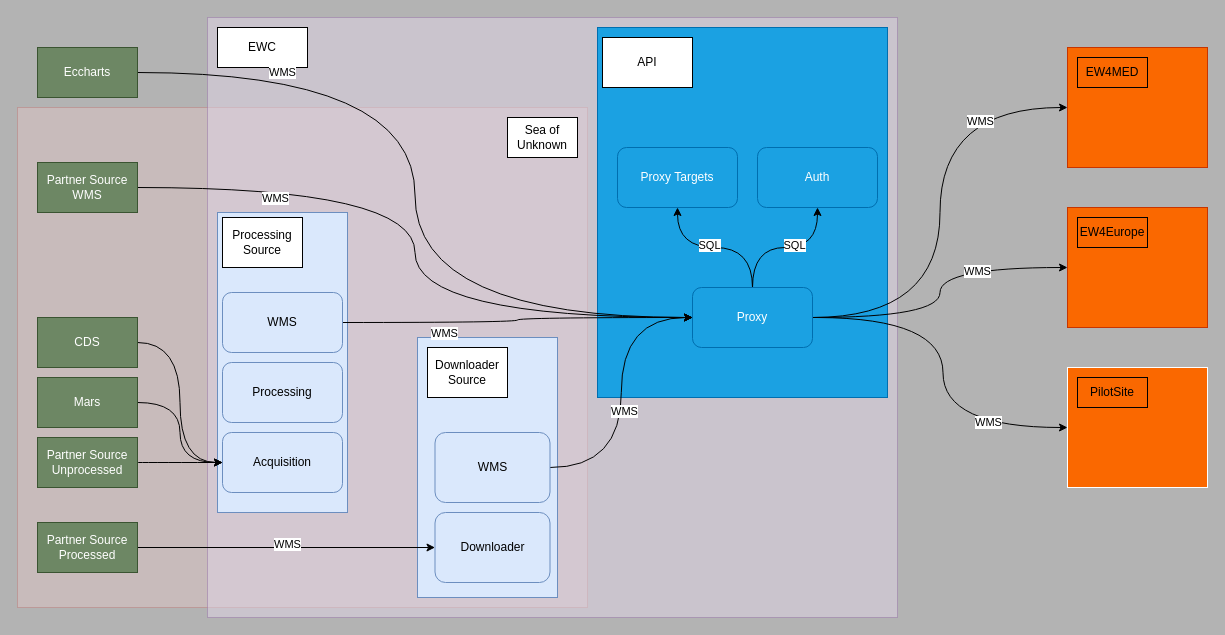
This is gobeyond-api.drawio from ec-snee/draw-io, a draw.io file, before an edit. Source tidied: cells renumbered, new cells numbered last; positions are measured from the earlier drawing's top-left corner, leaving out a move shared by most shapes. Both pictures are drawn from the tidied source at 100%, with x=0, y=0 at pixel (17, 17).
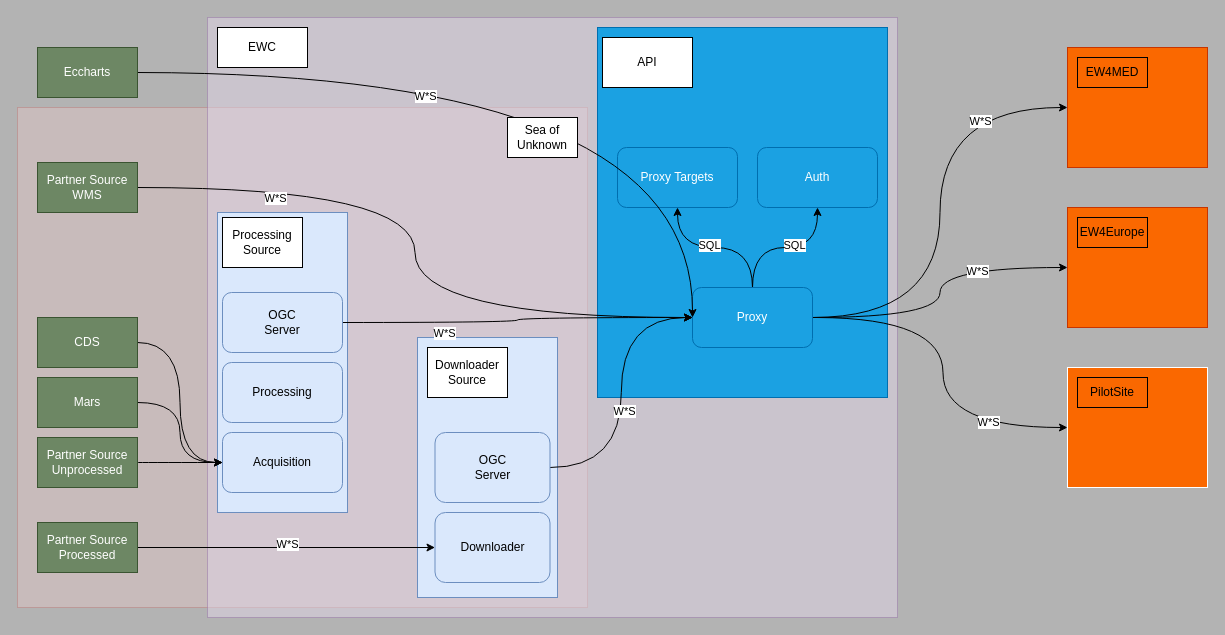
The same diagram, later.

Commit message:
Converted WMS to OGC standards in general

Unchanged cells that the change refers to:
```xml
<mxCell id="7" style="edgeStyle=orthogonalEdgeStyle;rounded=0;jettySize=auto;html=1;exitX=1;exitY=0.5;exitDx=0;exitDy=0;entryX=0;entryY=0.5;entryDx=0;entryDy=0;curved=1;" parent="1" edge="1" source="25" target="9">
  <mxGeometry relative="1" as="geometry" />
</mxCell>
<mxCell id="13" style="edgeStyle=orthogonalEdgeStyle;rounded=0;jettySize=auto;html=1;entryX=0;entryY=0.5;entryDx=0;entryDy=0;curved=1;" parent="1" edge="1" target="15">
  <mxGeometry relative="1" as="geometry">
    <mxPoint x="800" y="300" as="sourcePoint" />
  </mxGeometry>
</mxCell>
<mxCell id="21" style="edgeStyle=orthogonalEdgeStyle;rounded=1;jettySize=auto;html=1;exitX=1;exitY=0.5;exitDx=0;exitDy=0;entryX=0;entryY=0.5;entryDx=0;entryDy=0;curved=1;" parent="1" edge="1" source="25" target="11">
  <mxGeometry relative="1" as="geometry" />
</mxCell>
<mxCell id="25" value="Proxy" style="rounded=1;whiteSpace=wrap;html=1;fillColor=#1ba1e2;fontColor=#ffffff;strokeColor=#006EAF;" parent="1" vertex="1">
  <mxGeometry x="675" y="270" width="120" height="60" as="geometry" />
</mxCell>
<mxCell id="29" style="edgeStyle=orthogonalEdgeStyle;rounded=0;jettySize=auto;html=1;exitX=1;exitY=0.5;exitDx=0;exitDy=0;entryX=0;entryY=0.5;entryDx=0;entryDy=0;curved=1;" parent="1" edge="1" source="31" target="25">
  <mxGeometry relative="1" as="geometry" />
</mxCell>
<mxCell id="34" style="edgeStyle=orthogonalEdgeStyle;rounded=0;jettySize=auto;html=1;exitX=1;exitY=0.5;exitDx=0;exitDy=0;entryX=0;entryY=0.5;entryDx=0;entryDy=0;curved=1;" parent="1" edge="1" source="36" target="25">
  <mxGeometry relative="1" as="geometry" />
</mxCell>
<mxCell id="45" style="edgeStyle=orthogonalEdgeStyle;rounded=0;jettySize=auto;html=1;exitX=1;exitY=0.5;exitDx=0;exitDy=0;" parent="1" edge="1" source="47" target="32">
  <mxGeometry relative="1" as="geometry" />
</mxCell>
<mxCell id="48" style="edgeStyle=orthogonalEdgeStyle;rounded=0;jettySize=auto;html=1;exitX=1;exitY=0.5;exitDx=0;exitDy=0;curved=1;entryX=0;entryY=0.5;entryDx=0;entryDy=0;" parent="1" edge="1" source="50" target="25">
  <mxGeometry relative="1" as="geometry" />
</mxCell>
<mxCell id="53" value="Eccharts" style="rounded=0;whiteSpace=wrap;html=1;fillColor=#6d8764;fontColor=#ffffff;strokeColor=#3A5431;" parent="1" vertex="1">
  <mxGeometry x="20" y="30" width="100" height="50" as="geometry" />
</mxCell>
```

What changed in the source:
```diff
@@
-    <mxCell id="8" value="WMS" style="edgeLabel;html=1;align=center;verticalAlign=middle;" parent="7" vertex="1">
+    <mxCell id="8" value="W*S" style="edgeLabel;html=1;align=center;verticalAlign=middle;" parent="7" vertex="1">
       <mxGeometry x="0.62" y="-13" relative="1" as="geometry" />
     </mxCell>
@@
-    <mxCell id="14" value="WMS" style="edgeLabel;html=1;align=center;verticalAlign=middle;" parent="13" vertex="1">
+    <mxCell id="14" value="W*S" style="edgeLabel;html=1;align=center;verticalAlign=middle;" parent="13" vertex="1">
       <mxGeometry x="0.55" y="6" relative="1" as="geometry">
         <mxPoint x="1" as="offset" />
       </mxGeometry>
     </mxCell>
@@
-    <mxCell id="22" value="WMS" style="edgeLabel;html=1;align=center;verticalAlign=middle;" parent="21" vertex="1">
+    <mxCell id="22" value="W*S" style="edgeLabel;html=1;align=center;verticalAlign=middle;" parent="21" vertex="1">
       <mxGeometry x="0.4" y="-3" relative="1" as="geometry" />
     </mxCell>
@@
-    <mxCell id="30" value="WMS" style="edgeLabel;html=1;align=center;verticalAlign=middle;" parent="29" vertex="1">
+    <mxCell id="30" value="W*S" style="edgeLabel;html=1;align=center;verticalAlign=middle;" parent="29" vertex="1">
       <mxGeometry x="-0.12" y="-2" relative="1" as="geometry">
         <mxPoint x="1" y="1" as="offset" />
       </mxGeometry>
     </mxCell>
-    <mxCell id="31" value="WMS" style="rounded=1;whiteSpace=wrap;html=1;fillColor=#dae8fc;strokeColor=#6c8ebf;" parent="1" vertex="1">
+    <mxCell id="31" value="OGC&lt;div&gt;Server&lt;/div&gt;" style="rounded=1;whiteSpace=wrap;html=1;fillColor=#dae8fc;strokeColor=#6c8ebf;" parent="1" vertex="1">
       <mxGeometry x="417.5" y="415" width="115" height="70" as="geometry" />
     </mxCell>
@@
-    <mxCell id="35" value="WMS" style="edgeLabel;html=1;align=center;verticalAlign=middle;" parent="34" vertex="1">
+    <mxCell id="35" value="W*S" style="edgeLabel;html=1;align=center;verticalAlign=middle;" parent="34" vertex="1">
       <mxGeometry x="-0.43" y="-10" relative="1" as="geometry" />
     </mxCell>
-    <mxCell id="36" value="WMS" style="rounded=1;whiteSpace=wrap;html=1;fillColor=#dae8fc;strokeColor=#6c8ebf;" parent="1" vertex="1">
+    <mxCell id="36" value="OGC&lt;div&gt;Server&lt;/div&gt;" style="rounded=1;whiteSpace=wrap;html=1;fillColor=#dae8fc;strokeColor=#6c8ebf;" parent="1" vertex="1">
       <mxGeometry x="205" y="275" width="120" height="60" as="geometry" />
     </mxCell>
@@
-    <mxCell id="46" value="WMS" style="edgeLabel;html=1;align=center;verticalAlign=middle;" parent="45" vertex="1">
+    <mxCell id="46" value="W*S" style="edgeLabel;html=1;align=center;verticalAlign=middle;" parent="45" vertex="1">
       <mxGeometry y="4" relative="1" as="geometry" />
     </mxCell>
@@
-    <mxCell id="49" value="WMS" style="edgeLabel;html=1;align=center;verticalAlign=middle;" parent="48" vertex="1">
+    <mxCell id="49" value="W*S" style="edgeLabel;html=1;align=center;verticalAlign=middle;" parent="48" vertex="1">
       <mxGeometry x="-0.6" y="-10" relative="1" as="geometry" />
     </mxCell>
@@
-    <mxCell id="51" style="edgeStyle=orthogonalEdgeStyle;rounded=0;jettySize=auto;html=1;exitX=1;exitY=0.5;exitDx=0;exitDy=0;entryX=0;entryY=0.5;entryDx=0;entryDy=0;curved=1;" parent="1" edge="1" source="53" target="25">
-      <mxGeometry relative="1" as="geometry" />
+    <mxCell id="51" style="edgeStyle=orthogonalEdgeStyle;rounded=0;orthogonalLoop=1;jettySize=auto;html=1;exitX=1;exitY=0.5;exitDx=0;exitDy=0;entryX=0;entryY=0.5;entryDx=0;entryDy=0;curved=1;" parent="1" edge="1">
+      <mxGeometry relative="1" as="geometry">
+        <mxPoint x="120" y="55" as="sourcePoint" />
+        <mxPoint x="675" y="300" as="targetPoint" />
+      </mxGeometry>
     </mxCell>
-    <mxCell id="52" value="WMS" style="edgeLabel;html=1;align=center;verticalAlign=middle;" parent="51" vertex="1">
-      <mxGeometry x="-0.64" y="1" relative="1" as="geometry" />
-    </mxCell>
+    <mxCell id="56" value="W*S" style="edgeLabel;html=1;align=center;verticalAlign=middle;" parent="51" vertex="1">
+      <mxGeometry x="-0.28" y="-23" relative="1" as="geometry" />
+    </mxCell>
```
